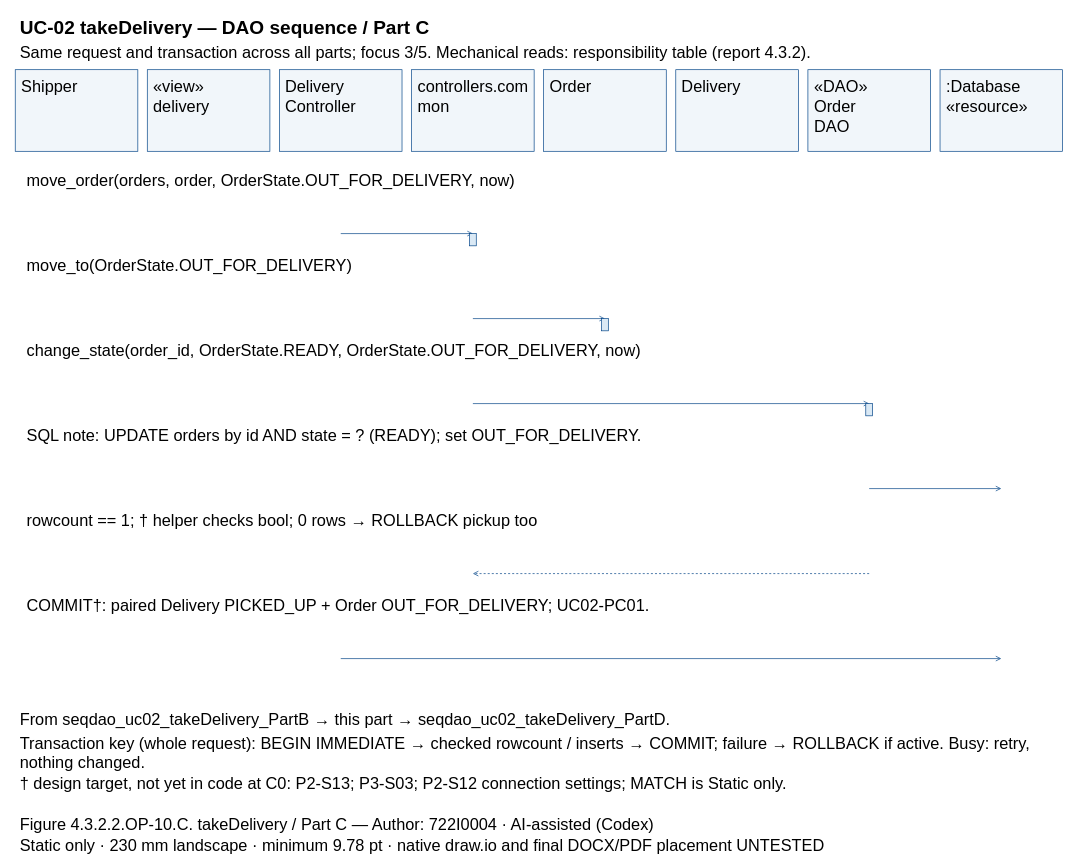
Above: models/UC-02/seqdao_uc02_takeDelivery_PartC.drawio in Dat071104/SaigonBite (draw.io), before the change. Source tidied: cells renumbered, new cells numbered last; positions are measured from the earlier drawing's top-left corner, leaving out a move shared by most shapes. Both pictures are drawn from the tidied source at 68%, with x=0, y=0 at pixel (15, 12).
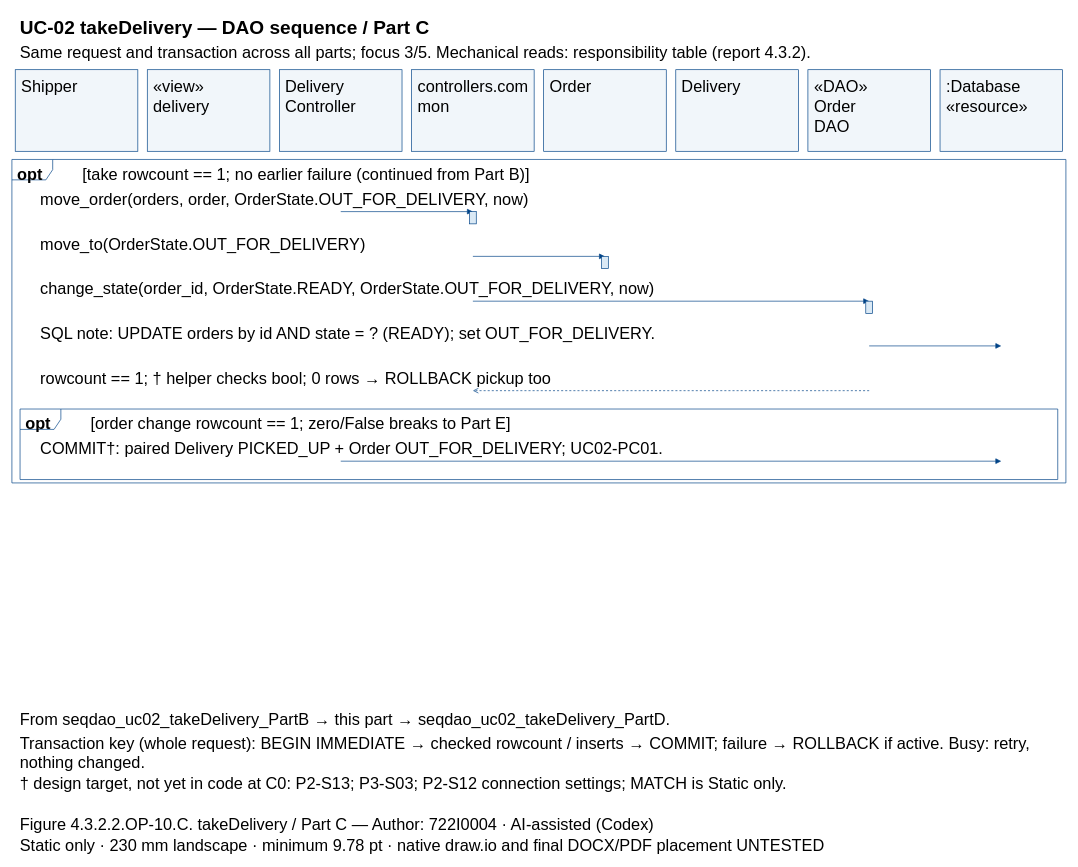
After the change.

The edit, as a diff of the source:
```diff
@@
+    <mxCell id="52" style="shape=umlFrame;fillColor=none;strokeColor=#004387;" parent="1" vertex="1">
+      <mxGeometry x="-5" y="217" width="1550" height="475.7" as="geometry" />
+    </mxCell>
+    <mxCell id="53" style="shape=umlFrame;fillColor=none;strokeColor=#004387;" parent="1" vertex="1">
+      <mxGeometry x="7" y="584" width="1526" height="103.7" as="geometry" />
+    </mxCell>
@@
-    <mxCell id="5" value="Shipper" style="text;html=0;whiteSpace=wrap;align=left;verticalAlign=top;strokeColor=none;fillColor=none;fontFamily=Arial;fontSize=24;fontStyle=0;" parent="1" vertex="1">
-      <mxGeometry x="6.9" y="90" width="166.3" height="27.8" as="geometry" />
-    </mxCell>
+    <mxCell id="7" value="Shipper" style="text;html=0;whiteSpace=wrap;align=left;verticalAlign=top;strokeColor=none;fillColor=none;fontFamily=Arial;fontSize=24;fontStyle=0;" parent="1" vertex="1">
+      <mxGeometry x="6.9" y="90" width="166.3" height="27.8" as="geometry" />
+    </mxCell>
@@
-    <mxCell id="7" value="«view»&#10;delivery" style="text;html=0;whiteSpace=wrap;align=left;verticalAlign=top;strokeColor=none;fillColor=none;fontFamily=Arial;fontSize=24;fontStyle=0;" parent="1" vertex="1">
-      <mxGeometry x="201.1" y="90" width="166.3" height="55.7" as="geometry" />
-    </mxCell>
+    <mxCell id="9" value="«view»&#10;delivery" style="text;html=0;whiteSpace=wrap;align=left;verticalAlign=top;strokeColor=none;fillColor=none;fontFamily=Arial;fontSize=24;fontStyle=0;" parent="1" vertex="1">
+      <mxGeometry x="201.1" y="90" width="166.3" height="55.7" as="geometry" />
+    </mxCell>
@@
-    <mxCell id="9" value="Delivery&#10;Controller" style="text;html=0;whiteSpace=wrap;align=left;verticalAlign=top;strokeColor=none;fillColor=none;fontFamily=Arial;fontSize=24;fontStyle=0;" parent="1" vertex="1">
-      <mxGeometry x="395.4" y="90" width="166.3" height="55.7" as="geometry" />
-    </mxCell>
+    <mxCell id="11" value="Delivery&#10;Controller" style="text;html=0;whiteSpace=wrap;align=left;verticalAlign=top;strokeColor=none;fillColor=none;fontFamily=Arial;fontSize=24;fontStyle=0;" parent="1" vertex="1">
+      <mxGeometry x="395.4" y="90" width="166.3" height="55.7" as="geometry" />
+    </mxCell>
@@
-    <mxCell id="11" value="controllers.com&#10;mon" style="text;html=0;whiteSpace=wrap;align=left;verticalAlign=top;strokeColor=none;fillColor=none;fontFamily=Arial;fontSize=24;fontStyle=0;" parent="1" vertex="1">
-      <mxGeometry x="589.7" y="90" width="166.3" height="55.7" as="geometry" />
-    </mxCell>
+    <mxCell id="13" value="controllers.com&#10;mon" style="text;html=0;whiteSpace=wrap;align=left;verticalAlign=top;strokeColor=none;fillColor=none;fontFamily=Arial;fontSize=24;fontStyle=0;" parent="1" vertex="1">
+      <mxGeometry x="589.7" y="90" width="166.3" height="55.7" as="geometry" />
+    </mxCell>
@@
-    <mxCell id="13" value="Order" style="text;html=0;whiteSpace=wrap;align=left;verticalAlign=top;strokeColor=none;fillColor=none;fontFamily=Arial;fontSize=24;fontStyle=0;" parent="1" vertex="1">
-      <mxGeometry x="784" y="90" width="166.3" height="27.8" as="geometry" />
-    </mxCell>
+    <mxCell id="15" value="Order" style="text;html=0;whiteSpace=wrap;align=left;verticalAlign=top;strokeColor=none;fillColor=none;fontFamily=Arial;fontSize=24;fontStyle=0;" parent="1" vertex="1">
+      <mxGeometry x="784" y="90" width="166.3" height="27.8" as="geometry" />
+    </mxCell>
@@
-    <mxCell id="15" value="Delivery" style="text;html=0;whiteSpace=wrap;align=left;verticalAlign=top;strokeColor=none;fillColor=none;fontFamily=Arial;fontSize=24;fontStyle=0;" parent="1" vertex="1">
-      <mxGeometry x="978.3" y="90" width="166.3" height="27.8" as="geometry" />
-    </mxCell>
+    <mxCell id="17" value="Delivery" style="text;html=0;whiteSpace=wrap;align=left;verticalAlign=top;strokeColor=none;fillColor=none;fontFamily=Arial;fontSize=24;fontStyle=0;" parent="1" vertex="1">
+      <mxGeometry x="978.3" y="90" width="166.3" height="27.8" as="geometry" />
+    </mxCell>
@@
-    <mxCell id="17" value="«DAO»&#10;Order&#10;DAO" style="text;html=0;whiteSpace=wrap;align=left;verticalAlign=top;strokeColor=none;fillColor=none;fontFamily=Arial;fontSize=24;fontStyle=0;" parent="1" vertex="1">
-      <mxGeometry x="1172.6" y="90" width="166.3" height="83.5" as="geometry" />
-    </mxCell>
+    <mxCell id="19" value="«DAO»&#10;Order&#10;DAO" style="text;html=0;whiteSpace=wrap;align=left;verticalAlign=top;strokeColor=none;fillColor=none;fontFamily=Arial;fontSize=24;fontStyle=0;" parent="1" vertex="1">
+      <mxGeometry x="1172.6" y="90" width="166.3" height="83.5" as="geometry" />
+    </mxCell>
@@
-    <mxCell id="19" value=":Database&#10;«resource»" style="text;html=0;whiteSpace=wrap;align=left;verticalAlign=top;strokeColor=none;fillColor=none;fontFamily=Arial;fontSize=24;fontStyle=0;" parent="1" vertex="1">
-      <mxGeometry x="1366.9" y="90" width="166.3" height="55.7" as="geometry" />
-    </mxCell>
-    <mxCell id="20" value="move_order(orders, order, OrderState.OUT_FOR_DELIVERY, now)" style="text;html=0;whiteSpace=wrap;align=left;verticalAlign=top;strokeColor=none;fillColor=none;fontFamily=Arial;fontSize=24;fontStyle=0;" parent="1" vertex="1">
-      <mxGeometry x="15" y="227" width="1510" height="27.8" as="geometry" />
-    </mxCell>
+    <mxCell id="54" value=":Database&#10;«resource»" style="text;html=0;whiteSpace=wrap;align=left;verticalAlign=top;strokeColor=none;fillColor=none;fontFamily=Arial;fontSize=24;fontStyle=0;" parent="1" vertex="1">
+      <mxGeometry x="1366.9" y="90" width="166.3" height="55.7" as="geometry" />
+    </mxCell>
+    <mxCell id="55" value="opt" style="text;html=0;whiteSpace=wrap;align=left;verticalAlign=top;strokeColor=none;fillColor=none;fontFamily=Arial;fontSize=24;fontStyle=1;" parent="1" vertex="1">
+      <mxGeometry x="1" y="218" width="84" height="27.8" as="geometry" />
+    </mxCell>
+    <mxCell id="56" value="[take rowcount == 1; no earlier failure (continued from Part B)]" style="text;html=0;whiteSpace=wrap;align=left;verticalAlign=top;strokeColor=none;fillColor=none;fontFamily=Arial;fontSize=24;fontStyle=0;" parent="1" vertex="1">
+      <mxGeometry x="97" y="218" width="1438" height="27.8" as="geometry" />
+    </mxCell>
+    <mxCell id="57" value="opt" style="text;html=0;whiteSpace=wrap;align=left;verticalAlign=top;strokeColor=none;fillColor=none;fontFamily=Arial;fontSize=24;fontStyle=1;" parent="1" vertex="1">
+      <mxGeometry x="13" y="585" width="84" height="27.8" as="geometry" />
+    </mxCell>
+    <mxCell id="58" value="[order change rowcount == 1; zero/False breaks to Part E]" style="text;html=0;whiteSpace=wrap;align=left;verticalAlign=top;strokeColor=none;fillColor=none;fontFamily=Arial;fontSize=24;fontStyle=0;" parent="1" vertex="1">
+      <mxGeometry x="109" y="585" width="1414" height="27.8" as="geometry" />
+    </mxCell>
+    <mxCell id="30" value="move_order(orders, order, OrderState.OUT_FOR_DELIVERY, now)" style="text;html=0;whiteSpace=wrap;align=left;verticalAlign=top;strokeColor=none;fillColor=none;fontFamily=Arial;fontSize=24;fontStyle=0;" parent="1" vertex="1">
+      <mxGeometry x="35" y="254.8" width="1470" height="27.8" as="geometry" />
+    </mxCell>
     <mxCell id="21" style="opacity=0;" parent="1" vertex="1">
-      <mxGeometry x="478.6" y="326" as="geometry" />
+      <mxGeometry x="478.6" y="293.7" as="geometry" />
     </mxCell>
     <mxCell id="22" style="opacity=0;" parent="1" vertex="1">
-      <mxGeometry x="672.9" y="326" as="geometry" />
+      <mxGeometry x="672.9" y="293.7" as="geometry" />
     </mxCell>
-    <mxCell id="23" style="edgeStyle=none;endArrow=open;strokeColor=#004387;exitX=0.5;entryX=0.5;exitPerimeter=0;entryPerimeter=0;" parent="1" edge="1" source="21" target="22">
+    <mxCell id="23" style="edgeStyle=none;endArrow=block;endFill=1;strokeColor=#004387;exitX=0.5;entryX=0.5;exitPerimeter=0;entryPerimeter=0;" parent="1" edge="1" source="21" target="22">
       <mxGeometry relative="1" as="geometry" />
     </mxCell>
-    <mxCell id="24" style="fillColor=#DAE9F5;strokeColor=#004387;" parent="1" vertex="1">
-      <mxGeometry x="667.9" y="326" width="10" height="18" as="geometry" />
-    </mxCell>
-    <mxCell id="25" value="move_to(OrderState.OUT_FOR_DELIVERY)" style="text;html=0;whiteSpace=wrap;align=left;verticalAlign=top;strokeColor=none;fillColor=none;fontFamily=Arial;fontSize=24;fontStyle=0;" parent="1" vertex="1">
-      <mxGeometry x="15" y="352" width="1510" height="27.8" as="geometry" />
-    </mxCell>
+    <mxCell id="34" style="fillColor=#DAE9F5;strokeColor=#004387;" parent="1" vertex="1">
+      <mxGeometry x="667.9" y="293.7" width="10" height="18" as="geometry" />
+    </mxCell>
+    <mxCell id="35" value="move_to(OrderState.OUT_FOR_DELIVERY)" style="text;html=0;whiteSpace=wrap;align=left;verticalAlign=top;strokeColor=none;fillColor=none;fontFamily=Arial;fontSize=24;fontStyle=0;" parent="1" vertex="1">
+      <mxGeometry x="35" y="320.7" width="1470" height="27.8" as="geometry" />
+    </mxCell>
     <mxCell id="26" style="opacity=0;" parent="1" vertex="1">
-      <mxGeometry x="672.9" y="451" as="geometry" />
+      <mxGeometry x="672.9" y="359.5" as="geometry" />
     </mxCell>
     <mxCell id="27" style="opacity=0;" parent="1" vertex="1">
-      <mxGeometry x="867.1" y="451" as="geometry" />
+      <mxGeometry x="867.1" y="359.5" as="geometry" />
     </mxCell>
-    <mxCell id="28" style="edgeStyle=none;endArrow=open;strokeColor=#004387;exitX=0.5;entryX=0.5;exitPerimeter=0;entryPerimeter=0;" parent="1" edge="1" source="26" target="27">
+    <mxCell id="28" style="edgeStyle=none;endArrow=block;endFill=1;strokeColor=#004387;exitX=0.5;entryX=0.5;exitPerimeter=0;entryPerimeter=0;" parent="1" edge="1" source="26" target="27">
       <mxGeometry relative="1" as="geometry" />
     </mxCell>
-    <mxCell id="29" style="fillColor=#DAE9F5;strokeColor=#004387;" parent="1" vertex="1">
-      <mxGeometry x="862.1" y="451" width="10" height="18" as="geometry" />
-    </mxCell>
-    <mxCell id="30" value="change_state(order_id, OrderState.READY, OrderState.OUT_FOR_DELIVERY, now)" style="text;html=0;whiteSpace=wrap;align=left;verticalAlign=top;strokeColor=none;fillColor=none;fontFamily=Arial;fontSize=24;fontStyle=0;" parent="1" vertex="1">
-      <mxGeometry x="15" y="477" width="1510" height="27.8" as="geometry" />
-    </mxCell>
+    <mxCell id="59" style="fillColor=#DAE9F5;strokeColor=#004387;" parent="1" vertex="1">
+      <mxGeometry x="862.1" y="359.5" width="10" height="18" as="geometry" />
+    </mxCell>
+    <mxCell id="60" value="change_state(order_id, OrderState.READY, OrderState.OUT_FOR_DELIVERY, now)" style="text;html=0;whiteSpace=wrap;align=left;verticalAlign=top;strokeColor=none;fillColor=none;fontFamily=Arial;fontSize=24;fontStyle=0;" parent="1" vertex="1">
+      <mxGeometry x="35" y="386.5" width="1470" height="27.8" as="geometry" />
+    </mxCell>
     <mxCell id="31" style="opacity=0;" parent="1" vertex="1">
-      <mxGeometry x="672.9" y="576" as="geometry" />
+      <mxGeometry x="672.9" y="425.4" as="geometry" />
     </mxCell>
     <mxCell id="32" style="opacity=0;" parent="1" vertex="1">
-      <mxGeometry x="1255.7" y="576" as="geometry" />
+      <mxGeometry x="1255.7" y="425.4" as="geometry" />
     </mxCell>
-    <mxCell id="33" style="edgeStyle=none;endArrow=open;strokeColor=#004387;exitX=0.5;entryX=0.5;exitPerimeter=0;entryPerimeter=0;" parent="1" edge="1" source="31" target="32">
+    <mxCell id="33" style="edgeStyle=none;endArrow=block;endFill=1;strokeColor=#004387;exitX=0.5;entryX=0.5;exitPerimeter=0;entryPerimeter=0;" parent="1" edge="1" source="31" target="32">
       <mxGeometry relative="1" as="geometry" />
     </mxCell>
-    <mxCell id="34" style="fillColor=#DAE9F5;strokeColor=#004387;" parent="1" vertex="1">
-      <mxGeometry x="1250.7" y="576" width="10" height="18" as="geometry" />
-    </mxCell>
-    <mxCell id="35" value="SQL note: UPDATE orders by id AND state = ? (READY); set OUT_FOR_DELIVERY." style="text;html=0;whiteSpace=wrap;align=left;verticalAlign=top;strokeColor=none;fillColor=none;fontFamily=Arial;fontSize=24;fontStyle=0;" parent="1" vertex="1">
-      <mxGeometry x="15" y="602" width="1510" height="27.8" as="geometry" />
-    </mxCell>
+    <mxCell id="61" style="fillColor=#DAE9F5;strokeColor=#004387;" parent="1" vertex="1">
+      <mxGeometry x="1250.7" y="425.4" width="10" height="18" as="geometry" />
+    </mxCell>
+    <mxCell id="47" value="SQL note: UPDATE orders by id AND state = ? (READY); set OUT_FOR_DELIVERY." style="text;html=0;whiteSpace=wrap;align=left;verticalAlign=top;strokeColor=none;fillColor=none;fontFamily=Arial;fontSize=24;fontStyle=0;" parent="1" vertex="1">
+      <mxGeometry x="35" y="452.4" width="1470" height="27.8" as="geometry" />
+    </mxCell>
     <mxCell id="36" style="opacity=0;" parent="1" vertex="1">
-      <mxGeometry x="1255.7" y="701" as="geometry" />
+      <mxGeometry x="1255.7" y="491.2" as="geometry" />
     </mxCell>
     <mxCell id="37" style="opacity=0;" parent="1" vertex="1">
-      <mxGeometry x="1450" y="701" as="geometry" />
+      <mxGeometry x="1450" y="491.2" as="geometry" />
     </mxCell>
-    <mxCell id="38" style="edgeStyle=none;endArrow=open;strokeColor=#004387;exitX=0.5;entryX=0.5;exitPerimeter=0;entryPerimeter=0;" parent="1" edge="1" source="36" target="37">
+    <mxCell id="38" style="edgeStyle=none;endArrow=block;endFill=1;strokeColor=#004387;exitX=0.5;entryX=0.5;exitPerimeter=0;entryPerimeter=0;" parent="1" edge="1" source="36" target="37">
       <mxGeometry relative="1" as="geometry" />
     </mxCell>
-    <mxCell id="39" value="rowcount == 1; † helper checks bool; 0 rows → ROLLBACK pickup too" style="text;html=0;whiteSpace=wrap;align=left;verticalAlign=top;strokeColor=none;fillColor=none;fontFamily=Arial;fontSize=24;fontStyle=0;" parent="1" vertex="1">
-      <mxGeometry x="15" y="727" width="1510" height="27.8" as="geometry" />
-    </mxCell>
+    <mxCell id="49" value="rowcount == 1; † helper checks bool; 0 rows → ROLLBACK pickup too" style="text;html=0;whiteSpace=wrap;align=left;verticalAlign=top;strokeColor=none;fillColor=none;fontFamily=Arial;fontSize=24;fontStyle=0;" parent="1" vertex="1">
+      <mxGeometry x="35" y="518.2" width="1470" height="27.8" as="geometry" />
+    </mxCell>
     <mxCell id="40" style="opacity=0;" parent="1" vertex="1">
-      <mxGeometry x="1255.7" y="826" as="geometry" />
+      <mxGeometry x="1255.7" y="557" as="geometry" />
     </mxCell>
     <mxCell id="41" style="opacity=0;" parent="1" vertex="1">
-      <mxGeometry x="672.9" y="826" as="geometry" />
+      <mxGeometry x="672.9" y="557" as="geometry" />
     </mxCell>
-    <mxCell id="42" style="edgeStyle=none;endArrow=open;strokeColor=#004387;dashed=1;exitX=0.5;entryX=0.5;exitPerimeter=0;entryPerimeter=0;" parent="1" edge="1" source="40" target="41">
+    <mxCell id="42" style="edgeStyle=none;endArrow=open;endFill=0;strokeColor=#004387;dashed=1;exitX=0.5;entryX=0.5;exitPerimeter=0;entryPerimeter=0;" parent="1" edge="1" source="40" target="41">
       <mxGeometry relative="1" as="geometry" />
     </mxCell>
-    <mxCell id="43" value="COMMIT†: paired Delivery PICKED_UP + Order OUT_FOR_DELIVERY; UC02-PC01." style="text;html=0;whiteSpace=wrap;align=left;verticalAlign=top;strokeColor=none;fillColor=none;fontFamily=Arial;fontSize=24;fontStyle=0;" parent="1" vertex="1">
-      <mxGeometry x="15" y="852" width="1510" height="27.8" as="geometry" />
-    </mxCell>
+    <mxCell id="51" value="COMMIT†: paired Delivery PICKED_UP + Order OUT_FOR_DELIVERY; UC02-PC01." style="text;html=0;whiteSpace=wrap;align=left;verticalAlign=top;strokeColor=none;fillColor=none;fontFamily=Arial;fontSize=24;fontStyle=0;" parent="1" vertex="1">
+      <mxGeometry x="35" y="621.9" width="1470" height="27.8" as="geometry" />
+    </mxCell>
     <mxCell id="44" style="opacity=0;" parent="1" vertex="1">
-      <mxGeometry x="478.6" y="951" as="geometry" />
+      <mxGeometry x="478.6" y="660.7" as="geometry" />
     </mxCell>
     <mxCell id="45" style="opacity=0;" parent="1" vertex="1">
-      <mxGeometry x="1450" y="951" as="geometry" />
+      <mxGeometry x="1450" y="660.7" as="geometry" />
     </mxCell>
-    <mxCell id="46" style="edgeStyle=none;endArrow=open;strokeColor=#004387;exitX=0.5;entryX=0.5;exitPerimeter=0;entryPerimeter=0;" parent="1" edge="1" source="44" target="45">
+    <mxCell id="46" style="edgeStyle=none;endArrow=block;endFill=1;strokeColor=#004387;exitX=0.5;entryX=0.5;exitPerimeter=0;entryPerimeter=0;" parent="1" edge="1" source="44" target="45">
       <mxGeometry relative="1" as="geometry" />
     </mxCell>
-    <mxCell id="47" value="From seqdao_uc02_takeDelivery_PartB → this part → seqdao_uc02_takeDelivery_PartD." style="text;html=0;whiteSpace=wrap;align=left;verticalAlign=top;strokeColor=none;fillColor=none;fontFamily=Arial;fontSize=24;fontStyle=0;" parent="1" vertex="1">
-      <mxGeometry x="5" y="1020" width="1530" height="27.8" as="geometry" />
-    </mxCell>
+    <mxCell id="62" value="From seqdao_uc02_takeDelivery_PartB → this part → seqdao_uc02_takeDelivery_PartD." style="text;html=0;whiteSpace=wrap;align=left;verticalAlign=top;strokeColor=none;fillColor=none;fontFamily=Arial;fontSize=24;fontStyle=0;" parent="1" vertex="1">
+      <mxGeometry x="5" y="1020" width="1530" height="27.8" as="geometry" />
+    </mxCell>
@@
-    <mxCell id="49" value="† design target, not yet in code at C0: P2-S13; P3-S03; P2-S12 connection settings; MATCH is Static only." style="text;html=0;whiteSpace=wrap;align=left;verticalAlign=top;strokeColor=none;fillColor=none;fontFamily=Arial;fontSize=24;fontStyle=0;" parent="1" vertex="1">
-      <mxGeometry x="5" y="1115" width="1530" height="27.8" as="geometry" />
-    </mxCell>
+    <mxCell id="63" value="† design target, not yet in code at C0: P2-S13; P3-S03; P2-S12 connection settings; MATCH is Static only." style="text;html=0;whiteSpace=wrap;align=left;verticalAlign=top;strokeColor=none;fillColor=none;fontFamily=Arial;fontSize=24;fontStyle=0;" parent="1" vertex="1">
+      <mxGeometry x="5" y="1115" width="1530" height="27.8" as="geometry" />
+    </mxCell>
@@
-    <mxCell id="51" value="Static only · 230 mm landscape · minimum 9.78 pt · native draw.io and final DOCX/PDF placement UNTESTED" style="text;html=0;whiteSpace=wrap;align=left;verticalAlign=top;strokeColor=none;fillColor=none;fontFamily=Arial;fontSize=24;fontStyle=0;" parent="1" vertex="1">
-      <mxGeometry x="5" y="1205" width="1530" height="27.8" as="geometry" />
-    </mxCell>
+    <mxCell id="64" value="Static only · 230 mm landscape · minimum 9.78 pt · native draw.io and final DOCX/PDF placement UNTESTED" style="text;html=0;whiteSpace=wrap;align=left;verticalAlign=top;strokeColor=none;fillColor=none;fontFamily=Arial;fontSize=24;fontStyle=0;" parent="1" vertex="1">
+      <mxGeometry x="5" y="1205" width="1530" height="27.8" as="geometry" />
+    </mxCell>
```
